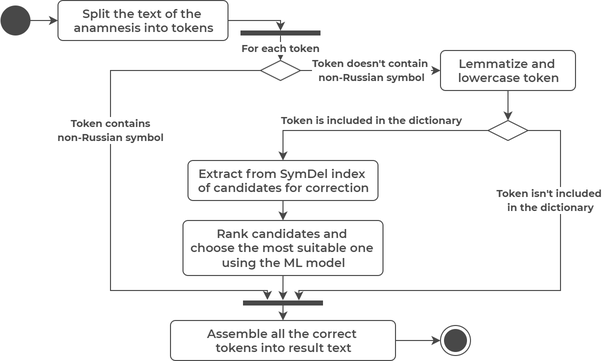
DmitryPogrebnoy/MedSpellChecker keeps this draw.io diagram as presentation_materials/figures/spellchecking_process_for_presentation.drawio.png. Above is the earlier version. Source tidied: cells renumbered, new cells last; positions are measured from the earlier drawing's top-left corner, leaving out a move shared by most shapes. Source of this version:
```xml
<mxGraphModel>
  <root>
    <mxCell id="0" />
    <mxCell id="1" parent="0" />
    <mxCell id="2" style="edgeStyle=orthogonalEdgeStyle;rounded=0;jettySize=auto;html=1;exitX=1;exitY=0.5;exitDx=0;exitDy=0;entryX=0;entryY=0.5;entryDx=0;entryDy=0;strokeColor=#484848;" parent="1" edge="1" source="3" target="4">
      <mxGeometry relative="1" as="geometry" />
    </mxCell>
    <mxCell id="3" style="ellipse;fillColor=#484848;strokeColor=none;" parent="1" vertex="1">
      <mxGeometry y="5" width="30" height="30" as="geometry" />
    </mxCell>
    <mxCell id="4" value="&lt;font color=&quot;#484848&quot;&gt;&lt;b&gt;Split the text of the &lt;br&gt;anamnesis into tokens&lt;/b&gt;&lt;/font&gt;" style="html=1;align=center;verticalAlign=top;rounded=1;absoluteArcSize=1;arcSize=10;dashed=0;fillColor=#FFFFFF;strokeColor=#484848;fontFamily=Montserrat Semibold;" parent="1" vertex="1">
      <mxGeometry x="57.5" width="170" height="40" as="geometry" />
    </mxCell>
    <mxCell id="5" value="&lt;b style=&quot;color: rgb(72 , 72 , 72) ; font-family: &amp;#34;montserrat&amp;#34; ; font-size: x-small ; font-style: normal ; letter-spacing: normal ; text-align: center ; text-indent: 0px ; text-transform: none ; word-spacing: 0px&quot;&gt;For each token&lt;/b&gt;" style="edgeStyle=orthogonalEdgeStyle;rounded=0;jettySize=auto;html=1;strokeColor=#484848;exitX=1.031;exitY=0.5;exitDx=0;exitDy=0;exitPerimeter=0;fontFamily=Montserrat Semibold;entryX=0.5;entryY=0;entryDx=0;entryDy=0;" parent="1" edge="1" source="17" target="21">
      <mxGeometry relative="1" as="geometry" />
    </mxCell>
    <mxCell id="6" style="rhombus;strokeColor=#484848;fillColor=#FFFFFF;direction=north;rotation=90;fontFamily=Montserrat Semibold;" parent="1" vertex="1">
      <mxGeometry x="497.5" y="110" width="20" height="40" as="geometry" />
    </mxCell>
    <mxCell id="7" value="&lt;font color=&quot;#484848&quot; face=&quot;montserrat&quot; size=&quot;1&quot;&gt;&lt;b&gt;Token is included in the dictionary&lt;br&gt;&lt;/b&gt;&lt;/font&gt;" style="edgeStyle=orthogonalEdgeStyle;rounded=0;jettySize=auto;html=1;strokeColor=#484848;exitX=0;exitY=0.5;exitDx=0;exitDy=0;entryX=0.5;entryY=0;entryDx=0;entryDy=0;fontFamily=Montserrat Semibold;" parent="1" edge="1" source="6" target="9">
      <mxGeometry y="-10" relative="1" as="geometry">
        <Array as="points">
          <mxPoint x="283" y="130" />
        </Array>
        <mxPoint x="1" as="offset" />
      </mxGeometry>
    </mxCell>
    <mxCell id="8" value="&lt;b style=&quot;font-style: normal; letter-spacing: normal; text-align: center; text-indent: 0px; text-transform: none; word-spacing: 0px; color: rgb(72, 72, 72); font-family: montserrat; font-size: x-small;&quot;&gt;Token isn't included &lt;br&gt;in the dictionary&lt;/b&gt;" style="edgeStyle=orthogonalEdgeStyle;rounded=0;jettySize=auto;html=1;strokeColor=#484848;exitX=1;exitY=0.5;exitDx=0;exitDy=0;entryX=-0.016;entryY=0.301;entryDx=0;entryDy=0;entryPerimeter=0;fontFamily=Montserrat Semibold;" parent="1" edge="1" source="6" target="18">
      <mxGeometry x="-0.56" y="-10" relative="1" as="geometry">
        <Array as="points">
          <mxPoint x="560" y="130" />
          <mxPoint x="560" y="290" />
          <mxPoint x="298" y="290" />
        </Array>
      </mxGeometry>
    </mxCell>
    <mxCell id="9" value="&lt;font color=&quot;#484848&quot;&gt;&lt;b&gt;Extract from SymDel index &lt;br&gt;of candidates for correction&lt;/b&gt;&lt;/font&gt;" style="html=1;align=center;verticalAlign=top;rounded=1;absoluteArcSize=1;arcSize=10;dashed=0;fillColor=#FFFFFF;strokeColor=#484848;fontFamily=Montserrat Semibold;" parent="1" vertex="1">
      <mxGeometry x="187.5" y="160" width="190" height="40" as="geometry" />
    </mxCell>
    <mxCell id="10" value="&lt;font color=&quot;#484848&quot;&gt;&lt;b style=&quot;&quot;&gt;Rank candidates and &lt;br&gt;choose the most suitable one &lt;br&gt;using the ML model&lt;/b&gt;&lt;/font&gt;" style="html=1;align=center;verticalAlign=top;rounded=1;absoluteArcSize=1;arcSize=10;dashed=0;fillColor=#FFFFFF;strokeColor=#484848;fontFamily=Montserrat Semibold;" parent="1" vertex="1">
      <mxGeometry x="182.5" y="220" width="200" height="55" as="geometry" />
    </mxCell>
    <mxCell id="11" style="edgeStyle=orthogonalEdgeStyle;rounded=0;jettySize=auto;html=1;strokeColor=#484848;exitX=0.5;exitY=1;exitDx=0;exitDy=0;entryX=0.5;entryY=0;entryDx=0;entryDy=0;fontFamily=Montserrat Semibold;" parent="1" edge="1" source="9" target="10">
      <mxGeometry x="-0.11" relative="1" as="geometry" />
    </mxCell>
    <mxCell id="12" value="&lt;font color=&quot;#484848&quot;&gt;&lt;b&gt;Assemble all the correct &lt;br&gt;tokens into result text&lt;/b&gt;&lt;/font&gt;" style="html=1;align=center;verticalAlign=top;rounded=1;absoluteArcSize=1;arcSize=10;dashed=0;fillColor=#FFFFFF;strokeColor=#484848;fontFamily=Montserrat Semibold;" parent="1" vertex="1">
      <mxGeometry x="170" y="320" width="225" height="40" as="geometry" />
    </mxCell>
    <mxCell id="13" style="edgeStyle=orthogonalEdgeStyle;rounded=0;jettySize=auto;html=1;strokeColor=#484848;exitX=0.5;exitY=1;exitDx=0;exitDy=0;entryX=-0.056;entryY=0.501;entryDx=0;entryDy=0;entryPerimeter=0;fontFamily=Montserrat Semibold;" parent="1" edge="1" source="10" target="18">
      <mxGeometry x="-0.11" relative="1" as="geometry">
        <Array as="points">
          <mxPoint x="282" y="290" />
          <mxPoint x="282" y="290" />
        </Array>
      </mxGeometry>
    </mxCell>
    <mxCell id="14" style="ellipse;html=1;shape=endState;fillColor=#484848;strokeColor=#484848;fontFamily=Montserrat Semibold;" parent="1" vertex="1">
      <mxGeometry x="440" y="325" width="30" height="30" as="geometry" />
    </mxCell>
    <mxCell id="15" style="edgeStyle=orthogonalEdgeStyle;rounded=0;jettySize=auto;html=1;strokeColor=#484848;exitX=1;exitY=0.5;exitDx=0;exitDy=0;entryX=0;entryY=0.5;entryDx=0;entryDy=0;fontFamily=Montserrat Semibold;" parent="1" edge="1" source="12" target="14">
      <mxGeometry x="-0.11" relative="1" as="geometry" />
    </mxCell>
    <mxCell id="16" style="edgeStyle=orthogonalEdgeStyle;rounded=0;jettySize=auto;html=1;strokeColor=#484848;exitX=1;exitY=0.5;exitDx=0;exitDy=0;entryX=0.063;entryY=0.5;entryDx=0;entryDy=0;entryPerimeter=0;fontFamily=Montserrat Semibold;" parent="1" edge="1" source="4" target="17">
      <mxGeometry x="-0.11" relative="1" as="geometry">
        <Array as="points">
          <mxPoint x="280" y="20" />
        </Array>
      </mxGeometry>
    </mxCell>
    <mxCell id="17" style="html=1;points=[];perimeter=orthogonalPerimeter;strokeColor=none;fillColor=#484848;direction=south;fontFamily=Montserrat Semibold;" parent="1" vertex="1">
      <mxGeometry x="240" y="30" width="80" height="5" as="geometry" />
    </mxCell>
    <mxCell id="18" style="html=1;points=[];perimeter=orthogonalPerimeter;strokeColor=none;fillColor=#484848;direction=south;fontFamily=Montserrat Semibold;" parent="1" vertex="1">
      <mxGeometry x="242.5" y="300" width="80" height="5" as="geometry" />
    </mxCell>
    <mxCell id="19" style="edgeStyle=orthogonalEdgeStyle;rounded=0;jettySize=auto;html=1;strokeColor=#484848;entryX=0.5;entryY=0;entryDx=0;entryDy=0;exitX=0.874;exitY=0.5;exitDx=0;exitDy=0;exitPerimeter=0;fontFamily=Montserrat Semibold;" parent="1" edge="1" source="18" target="12">
      <mxGeometry x="-0.11" relative="1" as="geometry" />
    </mxCell>
    <mxCell id="20" value="&lt;font color=&quot;#484848&quot;&gt;&lt;b&gt;Lemmatize and &lt;br&gt;lowercase token&lt;/b&gt;&lt;/font&gt;" style="html=1;align=center;verticalAlign=top;rounded=1;absoluteArcSize=1;arcSize=10;dashed=0;fillColor=#FFFFFF;strokeColor=#484848;fontFamily=Montserrat Semibold;" parent="1" vertex="1">
      <mxGeometry x="440" y="50" width="135" height="40" as="geometry" />
    </mxCell>
    <mxCell id="21" style="rhombus;strokeColor=#484848;fillColor=#FFFFFF;direction=north;rotation=90;fontFamily=Montserrat Semibold;" parent="1" vertex="1">
      <mxGeometry x="270" y="50" width="20" height="40" as="geometry" />
    </mxCell>
    <mxCell id="22" value="&lt;font size=&quot;1&quot; face=&quot;montserrat&quot; color=&quot;#484848&quot;&gt;&lt;b&gt;Token contains&lt;br&gt;non-Russian symbol&lt;/b&gt;&lt;/font&gt;" style="edgeStyle=orthogonalEdgeStyle;rounded=0;jettySize=auto;html=1;strokeColor=#484848;exitX=0;exitY=0.5;exitDx=0;exitDy=0;fontFamily=Montserrat Semibold;entryX=-0.111;entryY=0.695;entryDx=0;entryDy=0;entryPerimeter=0;" parent="1" edge="1" source="21" target="18">
      <mxGeometry x="-0.22" relative="1" as="geometry">
        <Array as="points">
          <mxPoint x="110" y="70" />
          <mxPoint x="110" y="290" />
          <mxPoint x="267" y="290" />
        </Array>
      </mxGeometry>
    </mxCell>
    <mxCell id="23" value="&lt;font color=&quot;#484848&quot; face=&quot;montserrat&quot; size=&quot;1&quot;&gt;&lt;b&gt;Token doesn't contain &lt;br&gt;non-Russian symbol&lt;br&gt;&lt;/b&gt;&lt;/font&gt;" style="edgeStyle=orthogonalEdgeStyle;rounded=0;jettySize=auto;html=1;strokeColor=#484848;exitX=1;exitY=0.5;exitDx=0;exitDy=0;fontFamily=Montserrat Semibold;entryX=0;entryY=0.5;entryDx=0;entryDy=0;" parent="1" edge="1" source="21" target="20">
      <mxGeometry relative="1" as="geometry" />
    </mxCell>
    <mxCell id="24" value="&lt;font color=&quot;#484848&quot; face=&quot;montserrat&quot; size=&quot;1&quot;&gt;&lt;b&gt;&lt;br&gt;&lt;/b&gt;&lt;/font&gt;" style="edgeStyle=orthogonalEdgeStyle;rounded=0;jettySize=auto;html=1;strokeColor=#484848;exitX=0.5;exitY=1;exitDx=0;exitDy=0;entryX=0.5;entryY=0;entryDx=0;entryDy=0;fontFamily=Montserrat Semibold;" parent="1" edge="1" source="20" target="6">
      <mxGeometry x="0.41" relative="1" as="geometry" />
    </mxCell>
  </root>
</mxGraphModel>
```
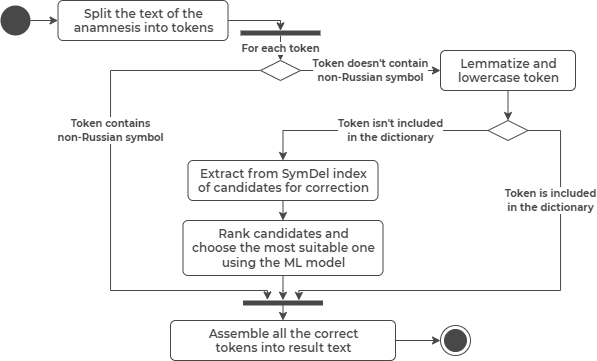
After the change.

What changed in the source:
```diff
@@ -17,15 +17,14 @@
     <mxCell id="6" style="rhombus;strokeColor=#484848;fillColor=#FFFFFF;direction=north;rotation=90;fontFamily=Montserrat Semibold;" parent="1" vertex="1">
       <mxGeometry x="497.5" y="110" width="20" height="40" as="geometry" />
     </mxCell>
-    <mxCell id="7" value="&lt;font color=&quot;#484848&quot; face=&quot;montserrat&quot; size=&quot;1&quot;&gt;&lt;b&gt;Token is included in the dictionary&lt;br&gt;&lt;/b&gt;&lt;/font&gt;" style="edgeStyle=orthogonalEdgeStyle;rounded=0;jettySize=auto;html=1;strokeColor=#484848;exitX=0;exitY=0.5;exitDx=0;exitDy=0;entryX=0.5;entryY=0;entryDx=0;entryDy=0;fontFamily=Montserrat Semibold;" parent="1" edge="1" source="6" target="9">
-      <mxGeometry y="-10" relative="1" as="geometry">
+    <mxCell id="7" value="&lt;b style=&quot;border-color: var(--border-color); color: rgb(72, 72, 72); font-family: montserrat; font-size: x-small;&quot;&gt;Token isn't included&lt;br style=&quot;border-color: var(--border-color);&quot;&gt;in the dictionary&lt;/b&gt;&lt;font color=&quot;#484848&quot; face=&quot;montserrat&quot; size=&quot;1&quot;&gt;&lt;b&gt;&lt;br&gt;&lt;/b&gt;&lt;/font&gt;" style="edgeStyle=orthogonalEdgeStyle;rounded=0;jettySize=auto;html=1;strokeColor=#484848;exitX=0;exitY=0.5;exitDx=0;exitDy=0;entryX=0.5;entryY=0;entryDx=0;entryDy=0;fontFamily=Montserrat Semibold;" parent="1" edge="1" source="6" target="9">
+      <mxGeometry x="-0.17" relative="1" as="geometry">
         <Array as="points">
           <mxPoint x="283" y="130" />
         </Array>
-        <mxPoint x="1" as="offset" />
       </mxGeometry>
     </mxCell>
-    <mxCell id="8" value="&lt;b style=&quot;font-style: normal; letter-spacing: normal; text-align: center; text-indent: 0px; text-transform: none; word-spacing: 0px; color: rgb(72, 72, 72); font-family: montserrat; font-size: x-small;&quot;&gt;Token isn't included &lt;br&gt;in the dictionary&lt;/b&gt;" style="edgeStyle=orthogonalEdgeStyle;rounded=0;jettySize=auto;html=1;strokeColor=#484848;exitX=1;exitY=0.5;exitDx=0;exitDy=0;entryX=-0.016;entryY=0.301;entryDx=0;entryDy=0;entryPerimeter=0;fontFamily=Montserrat Semibold;" parent="1" edge="1" source="6" target="18">
+    <mxCell id="8" value="&lt;b style=&quot;border-color: var(--border-color); color: rgb(72, 72, 72); font-family: montserrat; font-size: x-small;&quot;&gt;Token is included &lt;br&gt;in the dictionary&lt;/b&gt;" style="edgeStyle=orthogonalEdgeStyle;rounded=0;jettySize=auto;html=1;strokeColor=#484848;exitX=1;exitY=0.5;exitDx=0;exitDy=0;entryX=-0.016;entryY=0.301;entryDx=0;entryDy=0;entryPerimeter=0;fontFamily=Montserrat Semibold;" parent="1" edge="1" source="6" target="18">
       <mxGeometry x="-0.56" y="-10" relative="1" as="geometry">
         <Array as="points">
           <mxPoint x="560" y="130" />
```
